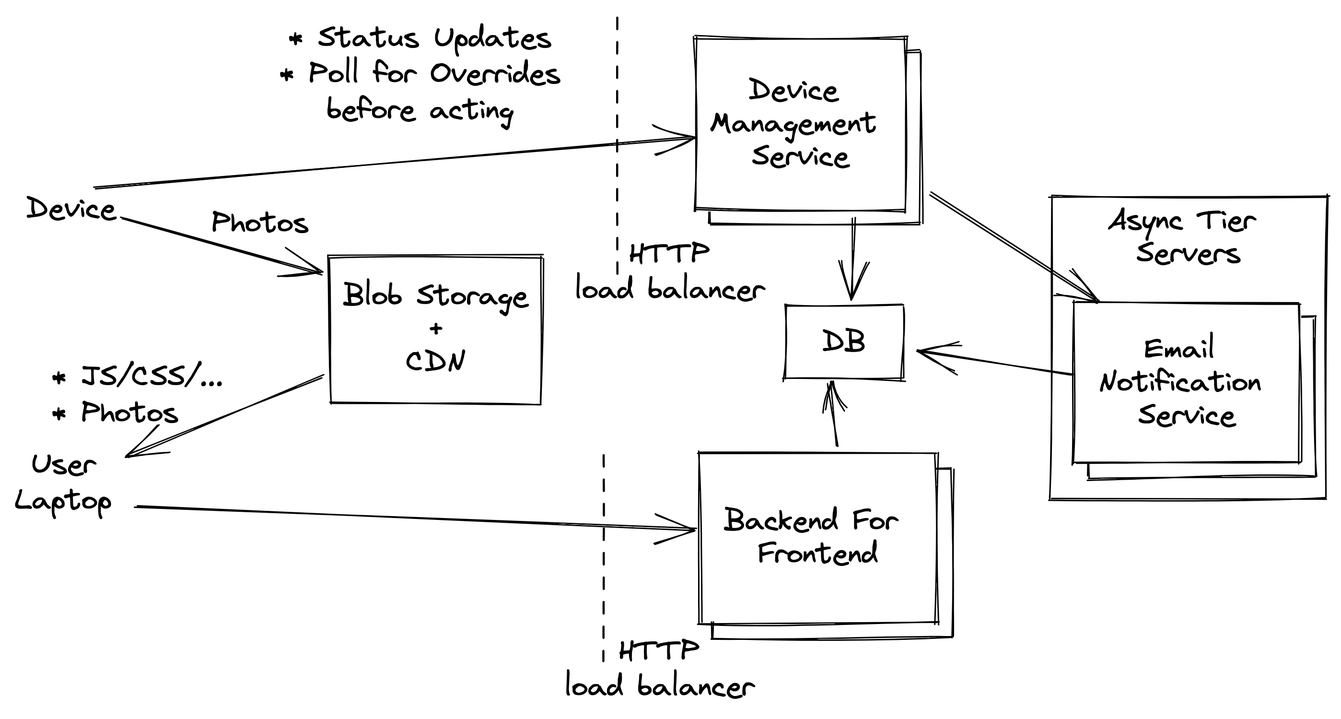
The Excalidraw diagram server-infrastructure.excalidraw.png in alsuren/interview-2022-10-31, before a commit. Source tidied: one line per element, renumbered; positions are measured from the earlier drawing's top-left corner, leaving out a move shared by most shapes.
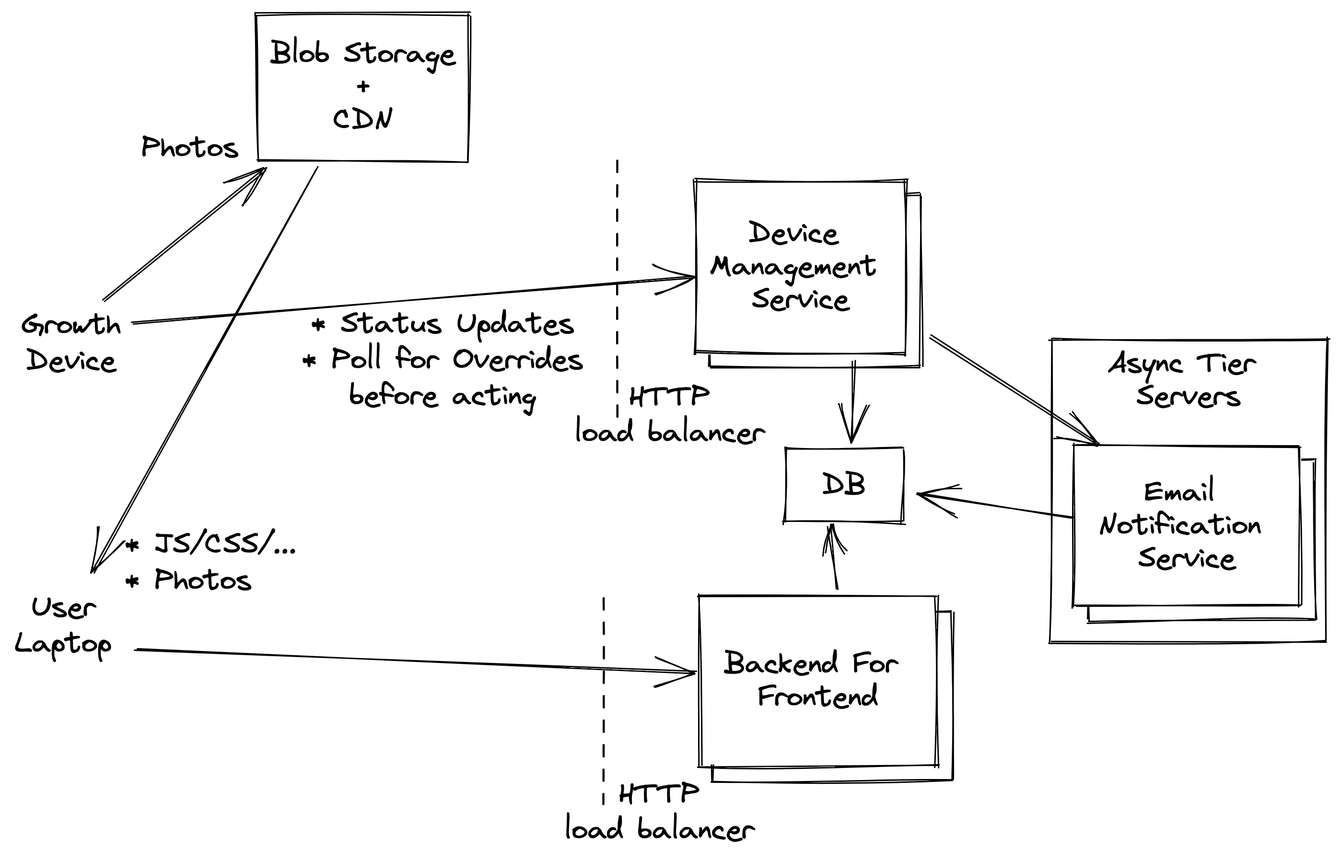
The same file after the commit.

Change to the diagram source:
```diff
@@ -8,20 +8,20 @@
 {"id": 7, "type": "text", "text": "Backend For \nFrontend", "strokeColor": "#000000", "strokeWidth": 1, "roughness": 1, "fontSize": 20, "fontFamily": 1, "textAlign": "center", "verticalAlign": "middle", "inside": 6, "x": 491, "y": 351, "width": 155, "height": 46}
 {"id": 8, "type": "rectangle", "strokeColor": "#000000", "backgroundColor": "#fff", "fillStyle": "solid", "strokeWidth": 1, "roughness": 1, "x": 484, "y": 27, "width": 146, "height": 120}
 {"id": 9, "type": "text", "text": "Device \nManagement \nService", "strokeColor": "#000000", "strokeWidth": 1, "roughness": 1, "fontSize": 20, "fontFamily": 1, "textAlign": "center", "verticalAlign": "middle", "inside": 8, "x": 489, "y": 52, "width": 136, "height": 69}
-{"id": 10, "type": "rectangle", "strokeColor": "#000000", "strokeWidth": 1, "roughness": 1, "x": 219, "y": 169, "width": 147, "height": 102}
+{"id": 10, "type": "rectangle", "strokeColor": "#000000", "strokeWidth": 1, "roughness": 1, "x": 169, "y": -99, "width": 147, "height": 102}
-{"id": 11, "type": "text", "text": "Blob Storage\n+\nCDN", "strokeColor": "#000000", "strokeWidth": 1, "roughness": 1, "fontSize": 20, "fontFamily": 1, "textAlign": "center", "verticalAlign": "middle", "inside": 10, "x": 224, "y": 185, "width": 137, "height": 69}
+{"id": 11, "type": "text", "text": "Blob Storage\n+\nCDN", "strokeColor": "#000000", "strokeWidth": 1, "roughness": 1, "fontSize": 20, "fontFamily": 1, "textAlign": "center", "verticalAlign": "middle", "inside": 10, "x": 174, "y": -83, "width": 137, "height": 69}
-{"id": 12, "type": "arrow", "strokeColor": "#000000", "strokeWidth": 1, "roughness": 1, "endArrowhead": "arrow", "from": 21, "to": 10, "x": 75, "y": 142, "width": 139, "height": 38, "points": [[0, 0], [139, 38]]}
+{"id": 12, "type": "arrow", "strokeColor": "#000000", "strokeWidth": 1, "roughness": 1, "endArrowhead": "arrow", "from": 21, "to": 10, "x": 62, "y": 100, "width": 112, "height": 92, "points": [[0, 0], [112, -92]]}
-{"id": 13, "type": "text", "text": "Photos", "strokeColor": "#000000", "strokeWidth": 1, "roughness": 1, "fontSize": 20, "fontFamily": 1, "textAlign": "center", "x": 137, "y": 133, "width": 68, "height": 25}
+{"id": 13, "type": "text", "text": "Photos", "strokeColor": "#000000", "strokeWidth": 1, "roughness": 1, "fontSize": 20, "fontFamily": 1, "textAlign": "center", "x": 88, "y": -19, "width": 68, "height": 25}
-{"id": 14, "type": "arrow", "strokeColor": "#000000", "strokeWidth": 1, "roughness": 1, "endArrowhead": "arrow", "from": 21, "to": 15, "x": 56, "y": 122, "width": 416, "height": 36, "points": [[0, 0], [416, -36]]}
+{"id": 14, "type": "arrow", "strokeColor": "#000000", "strokeWidth": 1, "roughness": 1, "endArrowhead": "arrow", "from": 21, "to": 15, "x": 82, "y": 116, "width": 389, "height": 33, "points": [[0, 0], [389, -33]]}
 {"id": 15, "type": "rectangle", "strokeColor": "#000000", "backgroundColor": "#fff", "fillStyle": "solid", "strokeWidth": 1, "roughness": 1, "x": 474, "y": 17, "width": 146, "height": 120}
 {"id": 16, "type": "text", "text": "Device \nManagement \nService", "strokeColor": "#000000", "strokeWidth": 1, "roughness": 1, "fontSize": 20, "fontFamily": 1, "textAlign": "center", "verticalAlign": "middle", "inside": 15, "x": 479, "y": 42, "width": 136, "height": 69}
 {"id": 17, "type": "rectangle", "strokeColor": "#000000", "backgroundColor": "#fff", "fillStyle": "solid", "strokeWidth": 1, "roughness": 1, "x": 476, "y": 306, "width": 165, "height": 118}
 {"id": 18, "type": "text", "text": "Backend For \nFrontend", "strokeColor": "#000000", "strokeWidth": 1, "roughness": 1, "fontSize": 20, "fontFamily": 1, "textAlign": "center", "verticalAlign": "middle", "inside": 17, "x": 481, "y": 341, "width": 155, "height": 46}
 {"id": 19, "type": "arrow", "strokeColor": "#000000", "strokeWidth": 1, "roughness": 1, "endArrowhead": "arrow", "from": 22, "to": 17, "x": 84, "y": 343, "width": 390, "height": 15, "points": [[0, 0], [390, 15]]}
-{"id": 20, "type": "arrow", "strokeColor": "#000000", "strokeWidth": 1, "roughness": 1, "endArrowhead": "arrow", "from": 10, "to": 22, "x": 215, "y": 252, "width": 135, "height": 56, "points": [[0, 0], [-135, 56]]}
+{"id": 20, "type": "arrow", "strokeColor": "#000000", "strokeWidth": 1, "roughness": 1, "endArrowhead": "arrow", "from": 10, "to": 22, "x": 211, "y": 8, "width": 155, "height": 281, "points": [[0, 0], [-155, 281]]}
-{"id": 21, "type": "text", "text": "Device", "strokeColor": "#000000", "strokeWidth": 1, "roughness": 1, "fontSize": 20, "fontFamily": 1, "textAlign": "center", "x": 8, "y": 123, "width": 63, "height": 25}
+{"id": 21, "type": "text", "text": "Growth\nDevice", "strokeColor": "#000000", "strokeWidth": 1, "roughness": 1, "fontSize": 20, "fontFamily": 1, "textAlign": "center", "x": 5, "y": 104, "width": 69, "height": 50}
 {"id": 22, "type": "text", "text": "User\nLaptop", "strokeColor": "#000000", "strokeWidth": 1, "roughness": 1, "fontSize": 20, "fontFamily": 1, "textAlign": "center", "x": 0, "y": 301, "width": 68, "height": 50}
-{"id": 23, "type": "text", "text": "* JS/CSS/...\n* Photos", "strokeColor": "#000000", "strokeWidth": 1, "roughness": 1, "fontSize": 20, "fontFamily": 1, "x": 26, "y": 240, "width": 119, "height": 50}
+{"id": 23, "type": "text", "text": "* JS/CSS/...\n* Photos", "strokeColor": "#000000", "strokeWidth": 1, "roughness": 1, "fontSize": 20, "fontFamily": 1, "x": 77, "y": 257, "width": 119, "height": 50}
 {"id": 24, "type": "line", "strokeColor": "#000000", "strokeWidth": 1, "strokeStyle": "dashed", "roughness": 1, "x": 409, "y": 306, "width": 0, "height": 144, "points": [[0, 0], [0, 144]]}
 {"id": 25, "type": "text", "text": "HTTP\nload balancer", "strokeColor": "#000000", "strokeWidth": 1, "strokeStyle": "dashed", "roughness": 1, "fontSize": 20, "fontFamily": 1, "textAlign": "center", "x": 382, "y": 430, "width": 133, "height": 50}
 {"id": 26, "type": "line", "strokeColor": "#000000", "strokeWidth": 1, "strokeStyle": "dashed", "roughness": 1, "x": 420, "y": 180, "width": 1, "height": 180, "points": [[0, 0], [-1, -180]]}
@@ -31,5 +31,5 @@
 {"id": 30, "type": "arrow", "strokeColor": "#000000", "strokeWidth": 1, "roughness": 1, "endArrowhead": "arrow", "from": 15, "to": 28, "x": 583, "y": 141, "width": 0, "height": 56, "points": [[0, 0], [0, 56]]}
 {"id": 31, "type": "arrow", "strokeColor": "#000000", "strokeWidth": 1, "roughness": 1, "endArrowhead": "arrow", "from": 17, "to": 28, "x": 572, "y": 299, "width": 6, "height": 43, "points": [[0, 0], [-6, -43]]}
 {"id": 32, "type": "arrow", "strokeColor": "#000000", "strokeWidth": 1, "roughness": 1, "endArrowhead": "arrow", "from": 15, "to": 2, "x": 636, "y": 125, "width": 117, "height": 75, "points": [[0, 0], [117, 75]]}
-{"id": 33, "type": "text", "text": "* Status Updates\n* Poll for Overrides\nbefore acting", "strokeColor": "#000000", "strokeWidth": 1, "roughness": 1, "fontSize": 20, "fontFamily": 1, "textAlign": "center", "x": 185, "y": 4, "width": 195, "height": 75}
+{"id": 33, "type": "text", "text": "* Status Updates\n* Poll for Overrides\nbefore acting", "strokeColor": "#000000", "strokeWidth": 1, "roughness": 1, "fontSize": 20, "fontFamily": 1, "textAlign": "center", "x": 200, "y": 104, "width": 195, "height": 75}
 {"id": 34, "type": "arrow", "strokeColor": "#000000", "backgroundColor": "#fff", "fillStyle": "solid", "strokeWidth": 1, "roughness": 1, "endArrowhead": "arrow", "from": 2, "to": 28, "x": 735, "y": 250, "width": 109, "height": 15, "points": [[0, 0], [-109, -15]]}
```
